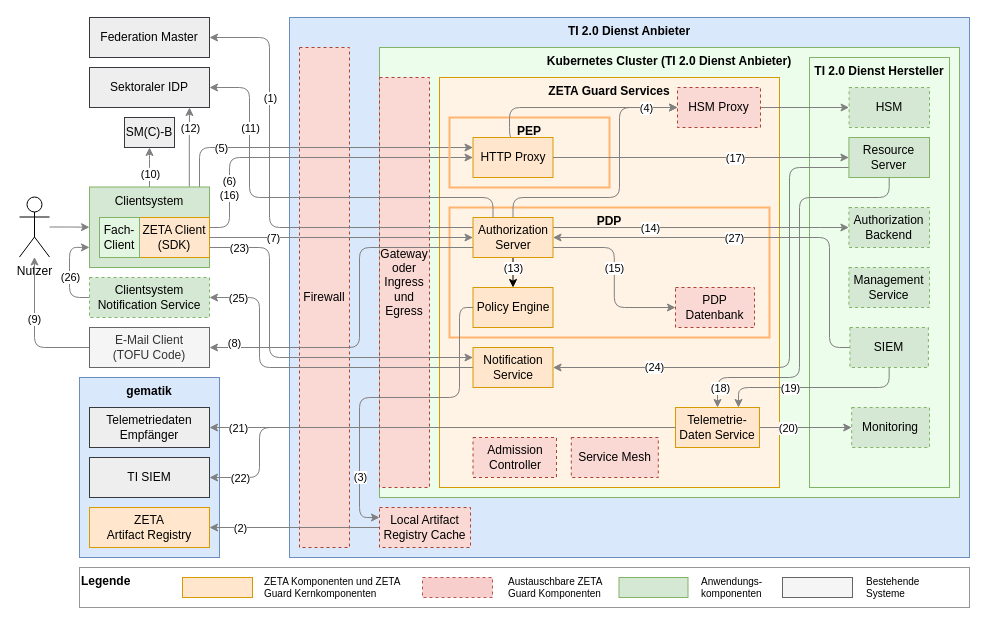
The draw.io diagram src/drawio/Zero-Trust-Architektur.drawio in gematik/zeta, before the edit. Source tidied: cells renumbered, new cells numbered last; positions are measured from the earlier drawing's top-left corner, leaving out a move shared by most shapes. Both pictures are drawn from the tidied source at 100%, with x=0, y=0 at pixel (19, 17).
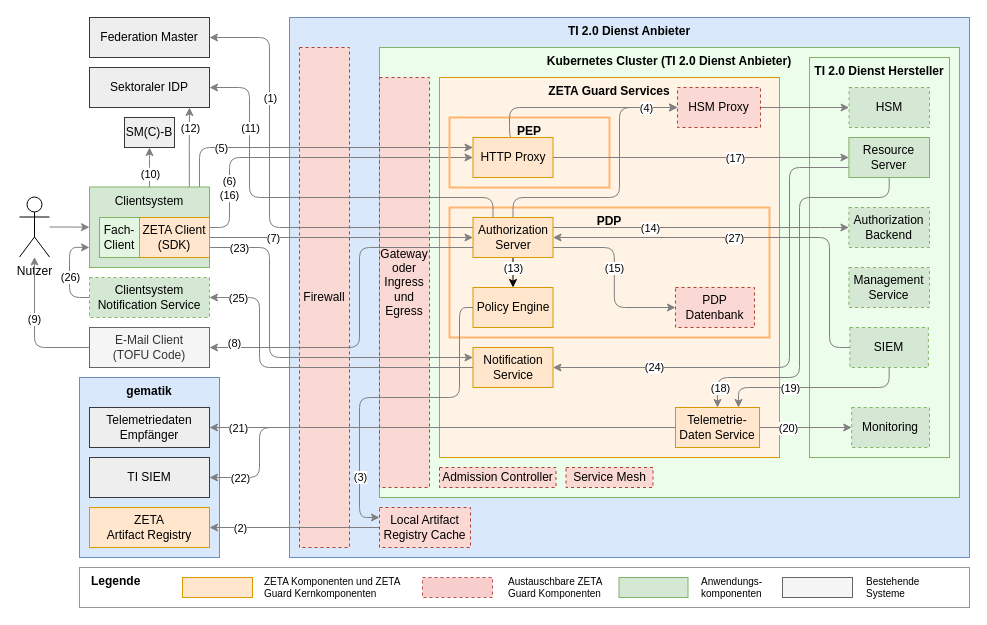
The same diagram, later.

Commit message:
chore: Adjust dimensions and positions of several elements in the Zero-Trust-Architektur diagram.

Diff of the diagram source:
```diff
@@
     <mxCell id="4" value="&lt;b&gt;ZETA Guard Services&lt;/b&gt;" style="rounded=0;whiteSpace=wrap;html=1;align=center;verticalAlign=top;fillColor=#fff3e5;strokeColor=#d79b00;" parent="1" vertex="1">
-      <mxGeometry x="420" y="60" width="340" height="410" as="geometry" />
+      <mxGeometry x="420" y="60" width="340" height="380" as="geometry" />
     </mxCell>
@@
     <mxCell id="8" value="&lt;b&gt;TI 2.0 Dienst Hersteller&lt;/b&gt;" style="rounded=0;whiteSpace=wrap;html=1;fillColor=#edfdec;strokeColor=#82b366;align=center;verticalAlign=top;" parent="1" vertex="1">
-      <mxGeometry x="790" y="40" width="140" height="430" as="geometry" />
+      <mxGeometry x="790" y="40" width="140" height="400" as="geometry" />
     </mxCell>
@@
-    <mxCell id="10" value="&lt;b&gt;Legende&lt;/b&gt;" style="rounded=0;whiteSpace=wrap;html=1;align=left;verticalAlign=top;strokeColor=#969696;" parent="1" vertex="1">
+    <mxCell id="10" value="&lt;b&gt;&amp;nbsp; &amp;nbsp;Legende&lt;/b&gt;" style="rounded=0;whiteSpace=wrap;html=1;align=left;verticalAlign=top;strokeColor=#969696;" parent="1" vertex="1">
       <mxGeometry x="60" y="550" width="890" height="40" as="geometry" />
     </mxCell>
@@
     <mxCell id="96" value="&lt;div&gt;Admission Controller&lt;/div&gt;" style="rounded=0;whiteSpace=wrap;html=1;dashed=1;fillColor=#fad9d5;strokeColor=#ae4132;" parent="1" vertex="1">
-      <mxGeometry x="453.5" y="420" width="83.5" height="40" as="geometry" />
+      <mxGeometry x="420" y="450" width="116.5" height="20" as="geometry" />
     </mxCell>
     <mxCell id="97" value="Service Mesh" style="rounded=0;whiteSpace=wrap;html=1;dashed=1;fillColor=#fad9d5;strokeColor=#ae4132;" parent="1" vertex="1">
-      <mxGeometry x="551.8" y="420" width="87" height="40" as="geometry" />
+      <mxGeometry x="546.5" y="450" width="87" height="20" as="geometry" />
     </mxCell>
```
